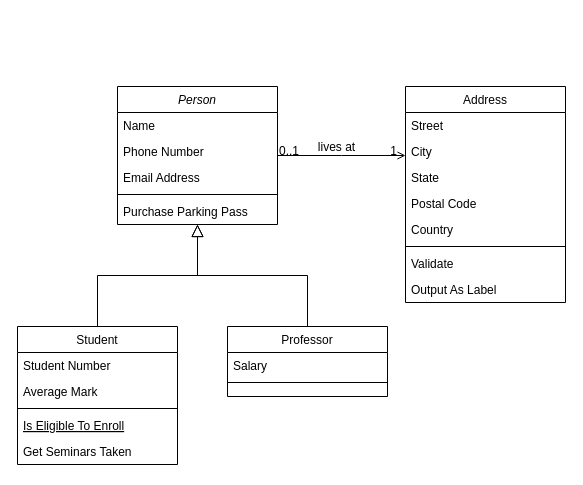
Above: config-args.drawio in cld4h/draw.io-documents (draw.io), before the change. Source tidied: cells renumbered, new cells numbered last; positions are measured from the earlier drawing's top-left corner, leaving out a move shared by most shapes. Both pictures are drawn from the tidied source at 100%, with x=0, y=0 at pixel (17, 86).
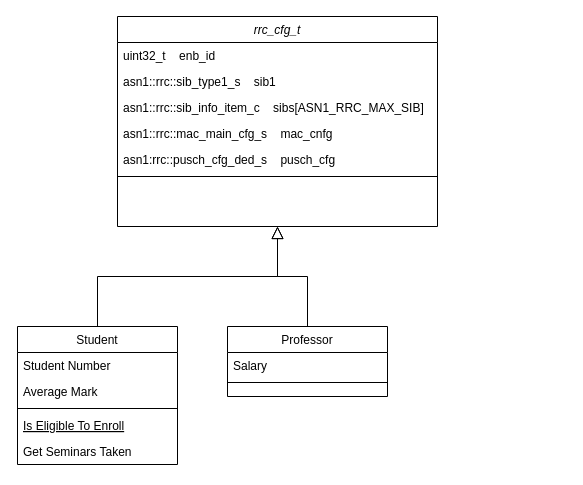
After the change.

The edit, as a diff of the source:
```diff
@@
-    <mxCell id="2" value="Person" style="swimlane;fontStyle=2;align=center;verticalAlign=top;horizontal=1;startSize=26;rounded=0;shadow=0;strokeWidth=1;" parent="1" vertex="1">
-      <mxGeometry x="100" width="160" height="138" as="geometry" />
+    <mxCell id="2" value="rrc_cfg_t" style="swimlane;fontStyle=2;align=center;verticalAlign=top;horizontal=1;startSize=26;rounded=0;shadow=0;strokeWidth=1;" parent="1" vertex="1">
+      <mxGeometry x="100" y="-70" width="320" height="210" as="geometry" />
     </mxCell>
-    <mxCell id="3" value="Name" style="text;align=left;verticalAlign=top;spacingLeft=4;spacingRight=4;overflow=hidden;" parent="2" vertex="1">
-      <mxGeometry y="26" width="160" height="26" as="geometry" />
+    <mxCell id="3" value="uint32_t    enb_id" style="text;align=left;verticalAlign=top;spacingLeft=4;spacingRight=4;overflow=hidden;" parent="2" vertex="1">
+      <mxGeometry y="26" width="320" height="26" as="geometry" />
     </mxCell>
-    <mxCell id="4" value="Phone Number" style="text;align=left;verticalAlign=top;spacingLeft=4;spacingRight=4;overflow=hidden;rounded=0;shadow=0;html=0;" parent="2" vertex="1">
-      <mxGeometry y="52" width="160" height="26" as="geometry" />
+    <mxCell id="4" value="asn1::rrc::sib_type1_s    sib1" style="text;align=left;verticalAlign=top;spacingLeft=4;spacingRight=4;overflow=hidden;rounded=0;shadow=0;html=0;" parent="2" vertex="1">
+      <mxGeometry y="52" width="320" height="26" as="geometry" />
     </mxCell>
-    <mxCell id="5" value="Email Address" style="text;align=left;verticalAlign=top;spacingLeft=4;spacingRight=4;overflow=hidden;rounded=0;shadow=0;html=0;" parent="2" vertex="1">
-      <mxGeometry y="78" width="160" height="26" as="geometry" />
+    <mxCell id="5" value="asn1::rrc::sib_info_item_c    sibs[ASN1_RRC_MAX_SIB]" style="text;align=left;verticalAlign=top;spacingLeft=4;spacingRight=4;overflow=hidden;rounded=0;shadow=0;html=0;" parent="2" vertex="1">
+      <mxGeometry y="78" width="320" height="26" as="geometry" />
     </mxCell>
+    <mxCell id="32" value="asn1::rrc::mac_main_cfg_s    mac_cnfg" style="text;align=left;verticalAlign=top;spacingLeft=4;spacingRight=4;overflow=hidden;rounded=0;shadow=0;html=0;" parent="2" vertex="1">
+      <mxGeometry y="104" width="320" height="26" as="geometry" />
+    </mxCell>
+    <mxCell id="33" value="asn1:rrc::pusch_cfg_ded_s    pusch_cfg" style="text;align=left;verticalAlign=top;spacingLeft=4;spacingRight=4;overflow=hidden;rounded=0;shadow=0;html=0;" parent="2" vertex="1">
+      <mxGeometry y="130" width="320" height="26" as="geometry" />
+    </mxCell>
     <mxCell id="6" style="line;html=1;strokeWidth=1;align=left;verticalAlign=middle;spacingTop=-1;spacingLeft=3;spacingRight=3;labelPosition=right;" parent="2" vertex="1">
-      <mxGeometry y="104" width="160" height="8" as="geometry" />
+      <mxGeometry y="156" width="320" height="8" as="geometry" />
     </mxCell>
-    <mxCell id="7" value="Purchase Parking Pass" style="text;align=left;verticalAlign=top;spacingLeft=4;spacingRight=4;overflow=hidden;" parent="2" vertex="1">
-      <mxGeometry y="112" width="160" height="26" as="geometry" />
-    </mxCell>
@@
-    <mxCell id="19" value="Address" style="swimlane;fontStyle=0;align=center;verticalAlign=top;horizontal=1;startSize=26;rounded=0;shadow=0;strokeWidth=1;" parent="1" vertex="1">
-      <mxGeometry x="388" width="160" height="216" as="geometry" />
-    </mxCell>
-    <mxCell id="20" value="Street" style="text;align=left;verticalAlign=top;spacingLeft=4;spacingRight=4;overflow=hidden;" parent="19" vertex="1">
-      <mxGeometry y="26" width="160" height="26" as="geometry" />
-    </mxCell>
-    <mxCell id="21" value="City" style="text;align=left;verticalAlign=top;spacingLeft=4;spacingRight=4;overflow=hidden;rounded=0;shadow=0;html=0;" parent="19" vertex="1">
-      <mxGeometry y="52" width="160" height="26" as="geometry" />
-    </mxCell>
-    <mxCell id="22" value="State" style="text;align=left;verticalAlign=top;spacingLeft=4;spacingRight=4;overflow=hidden;rounded=0;shadow=0;html=0;" parent="19" vertex="1">
-      <mxGeometry y="78" width="160" height="26" as="geometry" />
-    </mxCell>
-    <mxCell id="23" value="Postal Code" style="text;align=left;verticalAlign=top;spacingLeft=4;spacingRight=4;overflow=hidden;rounded=0;shadow=0;html=0;" parent="19" vertex="1">
-      <mxGeometry y="104" width="160" height="26" as="geometry" />
-    </mxCell>
-    <mxCell id="24" value="Country" style="text;align=left;verticalAlign=top;spacingLeft=4;spacingRight=4;overflow=hidden;rounded=0;shadow=0;html=0;" parent="19" vertex="1">
-      <mxGeometry y="130" width="160" height="26" as="geometry" />
-    </mxCell>
-    <mxCell id="25" style="line;html=1;strokeWidth=1;align=left;verticalAlign=middle;spacingTop=-1;spacingLeft=3;spacingRight=3;labelPosition=right;" parent="19" vertex="1">
-      <mxGeometry y="156" width="160" height="8" as="geometry" />
-    </mxCell>
-    <mxCell id="26" value="Validate" style="text;align=left;verticalAlign=top;spacingLeft=4;spacingRight=4;overflow=hidden;" parent="19" vertex="1">
-      <mxGeometry y="164" width="160" height="26" as="geometry" />
-    </mxCell>
-    <mxCell id="27" value="Output As Label" style="text;align=left;verticalAlign=top;spacingLeft=4;spacingRight=4;overflow=hidden;" parent="19" vertex="1">
-      <mxGeometry y="190" width="160" height="26" as="geometry" />
-    </mxCell>
-    <mxCell id="28" style="endArrow=open;shadow=0;strokeWidth=1;rounded=0;endFill=1;edgeStyle=elbowEdgeStyle;elbow=vertical;" parent="1" edge="1" source="2" target="19">
-      <mxGeometry x="0.5" y="41" relative="1" as="geometry">
-        <mxPoint x="-40" y="32" as="offset" />
-      </mxGeometry>
-    </mxCell>
-    <mxCell id="29" value="0..1" style="align=left;verticalAlign=bottom;labelBackgroundColor=none;fontSize=12;" parent="28" vertex="1">
-      <mxGeometry x="-1" relative="1" as="geometry">
-        <mxPoint y="4" as="offset" />
-      </mxGeometry>
-    </mxCell>
-    <mxCell id="30" value="1" style="align=right;verticalAlign=bottom;labelBackgroundColor=none;fontSize=12;" parent="28" vertex="1">
-      <mxGeometry x="1" relative="1" as="geometry">
-        <mxPoint x="-7" y="4" as="offset" />
-      </mxGeometry>
-    </mxCell>
-    <mxCell id="31" value="lives at" style="text;html=1;align=center;verticalAlign=middle;labelBackgroundColor=none;rounded=0;shadow=0;strokeWidth=1;fontSize=12;" parent="28" vertex="1">
-      <mxGeometry x="0.5" y="49" relative="1" as="geometry">
-        <mxPoint x="-38" y="40" as="offset" />
-      </mxGeometry>
-    </mxCell>
```
